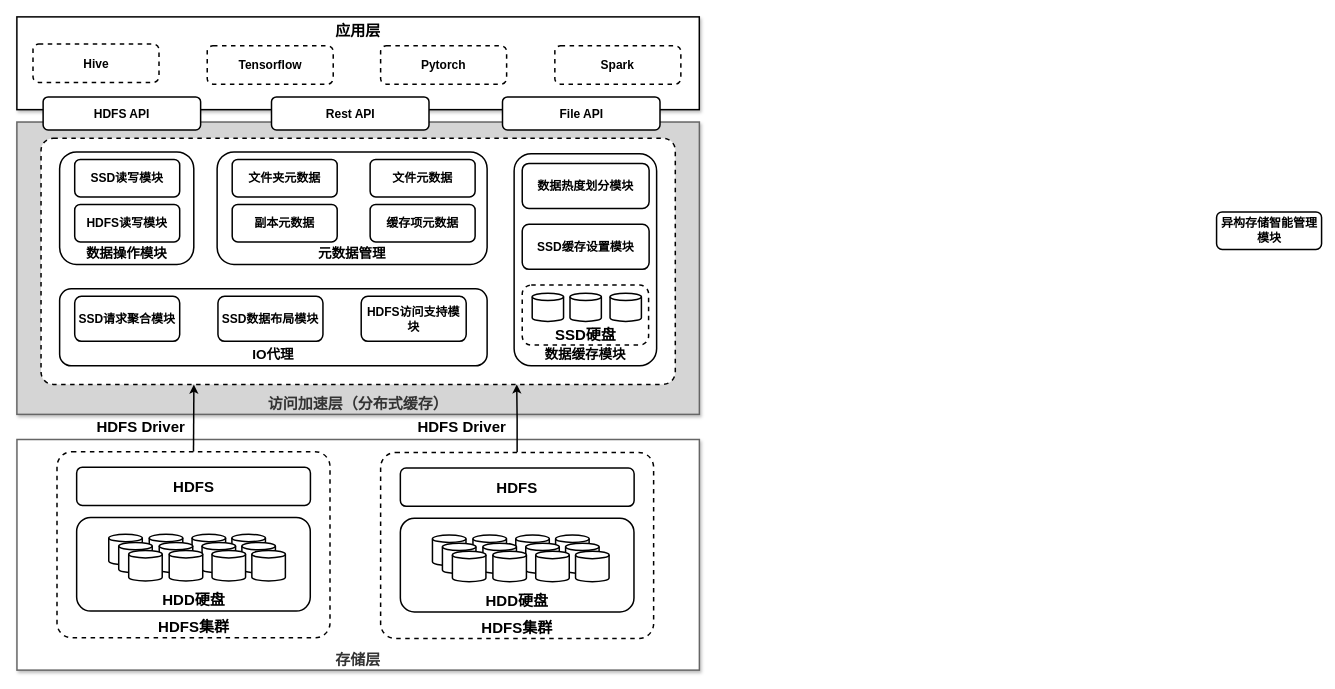
wangjq4214/draw.io keeps this draw.io diagram as page "第 4 页" (4 of 5) of UML/分布式缓存.drawio. Above is the earlier version. Source tidied: cells renumbered, new cells numbered last; positions are measured from the earlier drawing's top-left corner, leaving out a move shared by most shapes. Both pictures are drawn from the tidied source at 75%, with x=0, y=0 at pixel (16, 16).
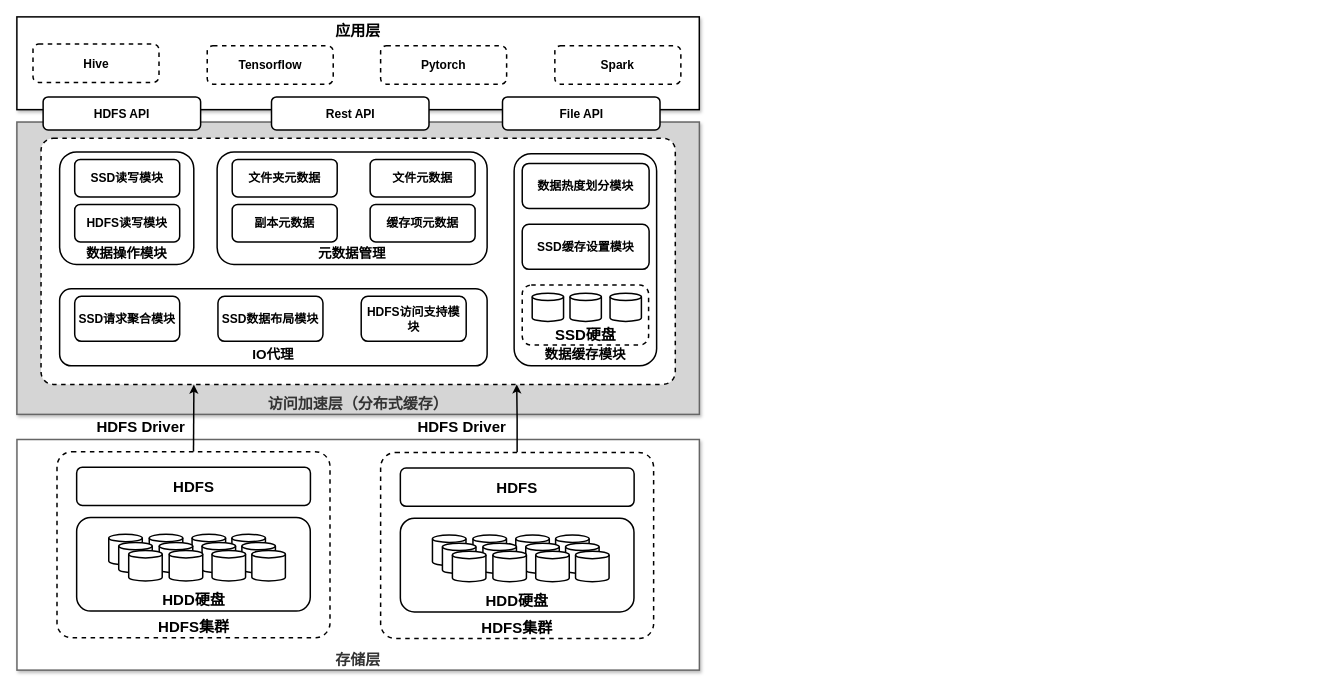
Above is the later version.

Commit message:
更新分布式缓存.drawio

Change to the diagram source:
```diff
@@
-    <mxCell id="2" value="异构存储智能管理模块" style="rounded=1;whiteSpace=wrap;html=1;fontSize=16;strokeWidth=2;fontStyle=1;" parent="1" vertex="1">
-      <mxGeometry x="1599.6" y="260" width="140" height="50" as="geometry" />
-    </mxCell>
```
